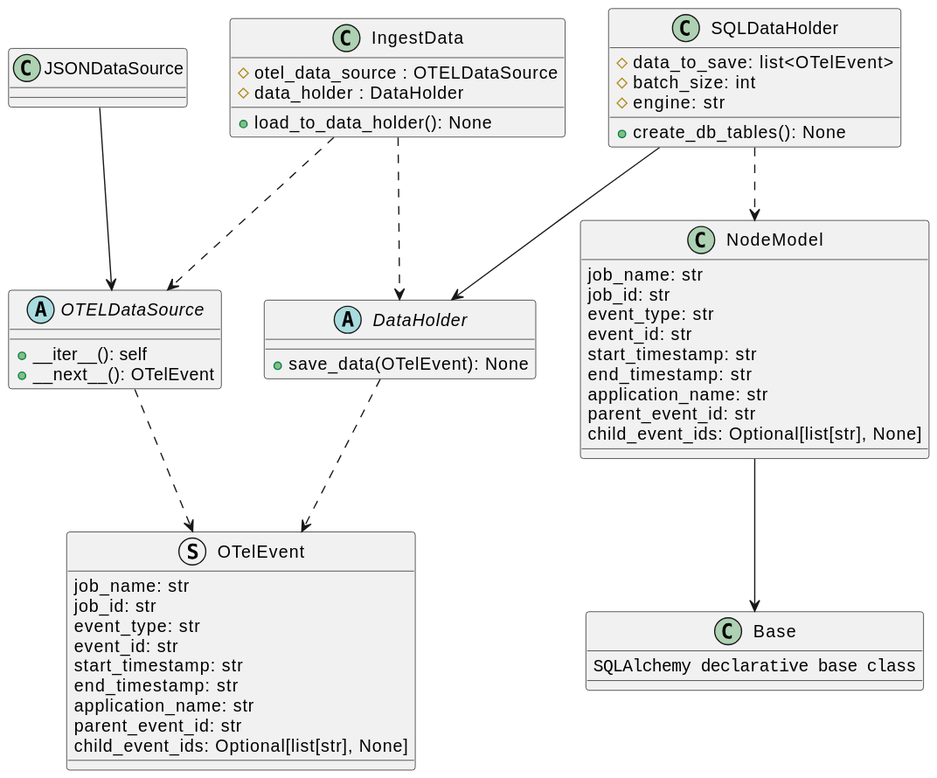
Above: docs/development/design/3-DN-Retrieving_unique_graphs_from_Otel_data/class_diagrams.svg in xtuml/otel2puml (PlantUML), before the change.
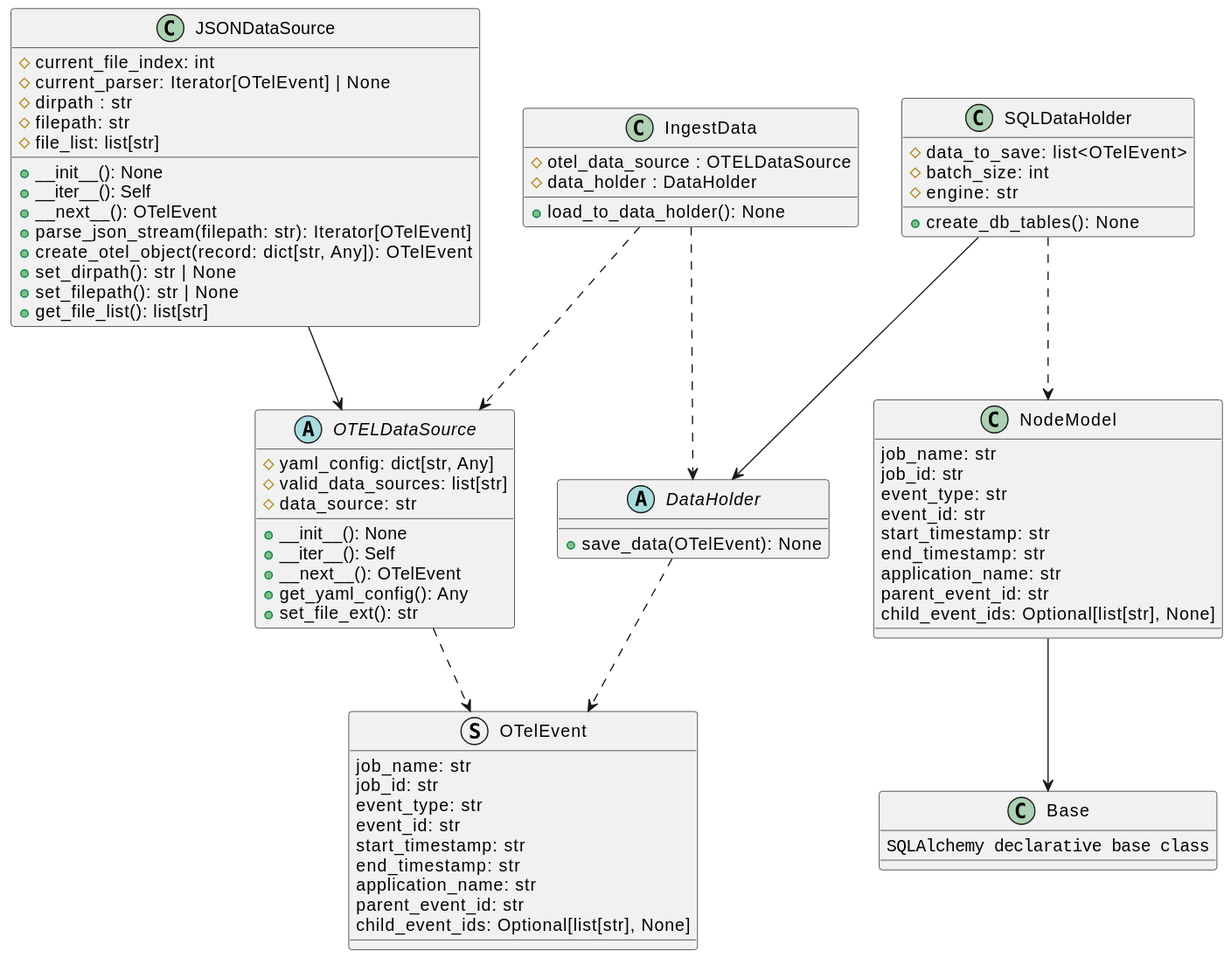
The same file after the commit.

Commit message:
7 create jsondatasource class (#37)

What changed in the source:
```diff
@@ -12,11 +12,31 @@
 }
 
 abstract class OTELDataSource {
-    +__iter__(): self
+    #yaml_config: dict[str, Any]
+    #valid_data_sources: list[str]
+    #data_source: str
+    +__init__(): None
+    +__iter__(): Self
     +__next__(): OTelEvent
+    +get_yaml_config(): Any
+    +set_file_ext(): str
 }
 
-class JSONDataSource
+class JSONDataSource {
+    #current_file_index: int
+    #current_parser: Iterator[OTelEvent] | None
+    #dirpath : str
+    #filepath: str
+    #file_list: list[str]
+    +__init__(): None
+    +__iter__(): Self
+    +__next__(): OTelEvent
+    +parse_json_stream(filepath: str): Iterator[OTelEvent]
+    +create_otel_object(record: dict[str, Any]): OTelEvent
+    +set_dirpath(): str | None
+    +set_filepath(): str | None
+    +get_file_list(): list[str]
+}
 
 class SQLDataHolder {
     #data_to_save: list<OTelEvent>
```
